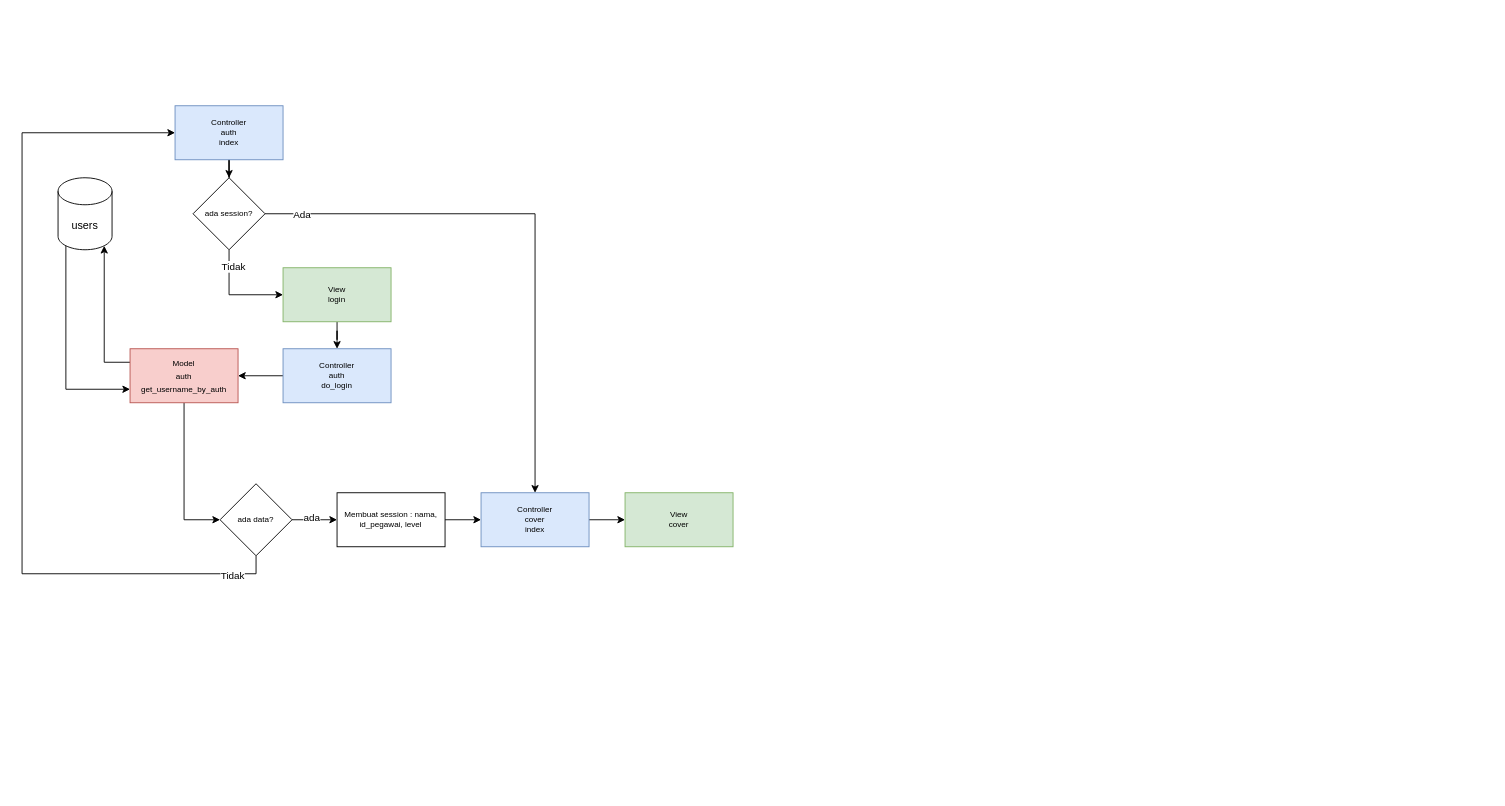
This is kepegawaian.drawio from Rabbitz124/Kepegawaian, a draw.io file, before an edit. Source tidied: cells renumbered, new cells numbered last; positions are measured from the earlier drawing's top-left corner, leaving out a move shared by most shapes. Both pictures are drawn from the tidied source at 90%, with x=0, y=0 at pixel (22, 105).
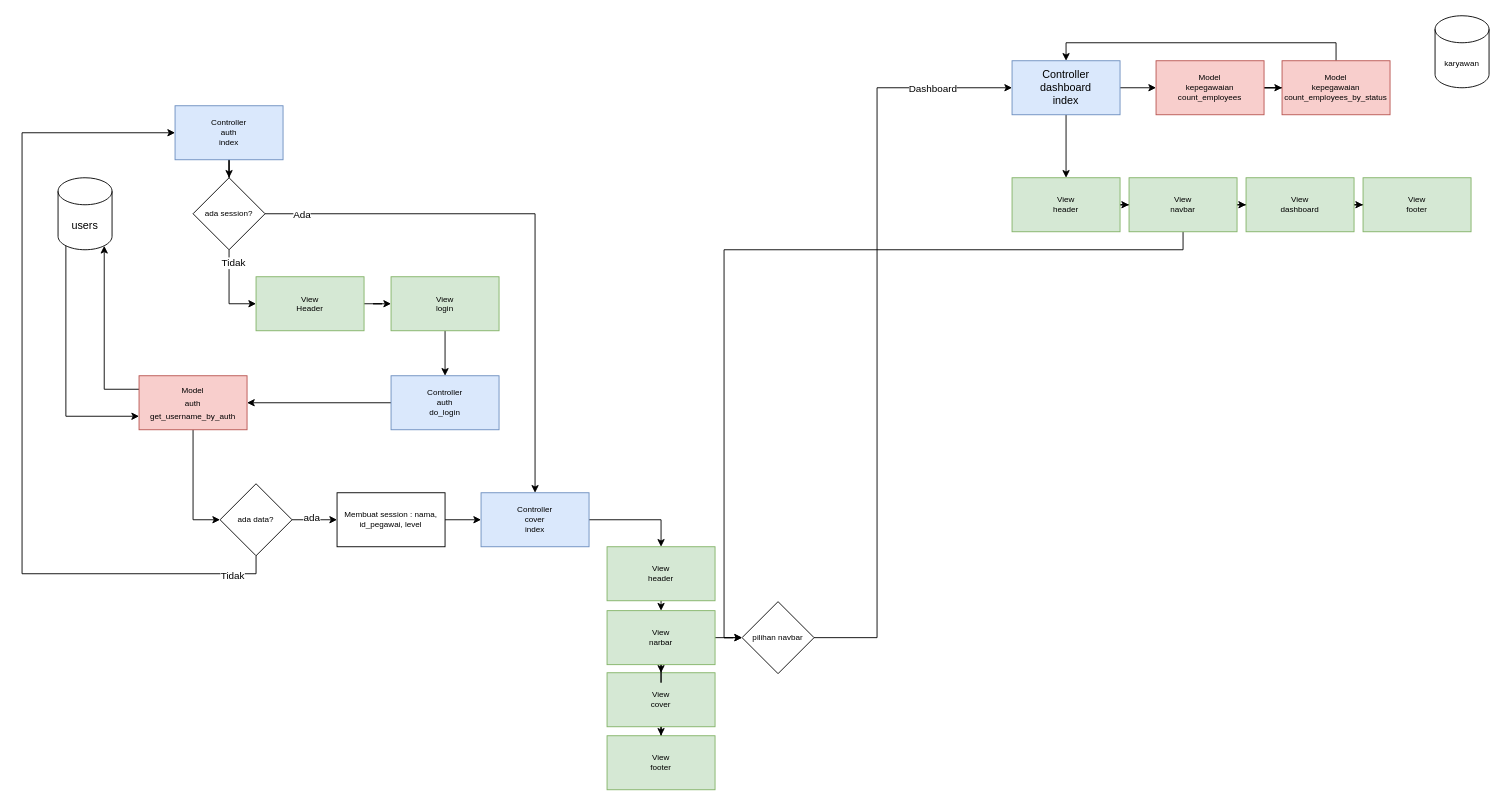
After the change.

Unchanged cells that the change refers to:
```xml
<mxCell id="8" value="ada session?" style="rhombus;whiteSpace=wrap;html=1;fontSize=9;" parent="1" vertex="1">
  <mxGeometry x="190" y="80" width="80" height="80" as="geometry" />
</mxCell>
<mxCell id="17" value="users" style="shape=cylinder3;whiteSpace=wrap;html=1;boundedLbl=1;backgroundOutline=1;size=15;" parent="1" vertex="1">
  <mxGeometry x="40" y="80" width="60" height="80" as="geometry" />
</mxCell>
<mxCell id="26" value="Controller&lt;br style=&quot;font-size: 9px;&quot;&gt;cover&lt;br&gt;index" style="rounded=0;whiteSpace=wrap;html=1;fillColor=#dae8fc;strokeColor=#6c8ebf;fontSize=9;" parent="1" vertex="1">
  <mxGeometry x="510" y="430" width="120" height="60" as="geometry" />
</mxCell>
```

Diff of the diagram source:
```diff
@@
-    <mxCell id="4" style="edgeStyle=orthogonalEdgeStyle;rounded=0;jettySize=auto;html=1;exitX=0.5;exitY=1;exitDx=0;exitDy=0;entryX=0;entryY=0.5;entryDx=0;entryDy=0;" parent="1" edge="1" source="8" target="10">
+    <mxCell id="4" style="edgeStyle=orthogonalEdgeStyle;rounded=0;jettySize=auto;html=1;exitX=0.5;exitY=1;exitDx=0;exitDy=0;entryX=0;entryY=0.5;entryDx=0;entryDy=0;" parent="1" edge="1" source="8" target="34">
       <mxGeometry relative="1" as="geometry" />
     </mxCell>
@@
     <mxCell id="10" value="View&lt;br style=&quot;font-size: 9px;&quot;&gt;login" style="rounded=0;whiteSpace=wrap;html=1;fillColor=#d5e8d4;strokeColor=#82b366;fontSize=9;" parent="1" vertex="1">
-      <mxGeometry x="290" y="180" width="120" height="60" as="geometry" />
+      <mxGeometry x="410" y="190" width="120" height="60" as="geometry" />
     </mxCell>
@@
     <mxCell id="12" value="Controller&lt;br style=&quot;font-size: 9px;&quot;&gt;auth&lt;br&gt;do_login" style="rounded=0;whiteSpace=wrap;html=1;fillColor=#dae8fc;strokeColor=#6c8ebf;fontSize=9;" parent="1" vertex="1">
-      <mxGeometry x="290" y="270" width="120" height="60" as="geometry" />
+      <mxGeometry x="410" y="300" width="120" height="60" as="geometry" />
     </mxCell>
@@
     <mxCell id="15" value="&lt;font style=&quot;font-size: 9px;&quot;&gt;Model&lt;br&gt;auth&lt;br&gt;get_username_by_auth&lt;/font&gt;" style="rounded=0;whiteSpace=wrap;html=1;fillColor=#f8cecc;strokeColor=#b85450;" parent="1" vertex="1">
-      <mxGeometry x="120" y="270" width="120" height="60" as="geometry" />
+      <mxGeometry x="130" y="300" width="120" height="60" as="geometry" />
     </mxCell>
     <mxCell id="16" style="edgeStyle=orthogonalEdgeStyle;rounded=0;jettySize=auto;html=1;exitX=0.145;exitY=1;exitDx=0;exitDy=-4.35;exitPerimeter=0;entryX=0;entryY=0.75;entryDx=0;entryDy=0;" parent="1" edge="1" source="17" target="15">
       <mxGeometry relative="1" as="geometry">
         <Array as="points">
-          <mxPoint x="49" y="315" />
+          <mxPoint x="49" y="345" />
         </Array>
       </mxGeometry>
     </mxCell>
@@
-    <mxCell id="25" style="edgeStyle=orthogonalEdgeStyle;rounded=0;jettySize=auto;html=1;" parent="1" edge="1" source="26" target="27">
-      <mxGeometry relative="1" as="geometry" />
-    </mxCell>
+    <mxCell id="28" style="edgeStyle=orthogonalEdgeStyle;rounded=0;jettySize=auto;html=1;entryX=0.5;entryY=0;entryDx=0;entryDy=0;" parent="1" edge="1" source="26" target="36">
+      <mxGeometry relative="1" as="geometry" />
+    </mxCell>
@@
+    <mxCell id="29" style="edgeStyle=orthogonalEdgeStyle;rounded=0;jettySize=auto;html=1;" parent="1" edge="1" source="27" target="37">
+      <mxGeometry relative="1" as="geometry" />
+    </mxCell>
     <mxCell id="27" value="View&lt;br&gt;cover" style="rounded=0;whiteSpace=wrap;html=1;fillColor=#d5e8d4;strokeColor=#82b366;fontSize=9;" parent="1" vertex="1">
-      <mxGeometry x="670" y="430" width="120" height="60" as="geometry" />
+      <mxGeometry x="650" y="630" width="120" height="60" as="geometry" />
     </mxCell>
+    <mxCell id="30" style="edgeStyle=orthogonalEdgeStyle;rounded=0;jettySize=auto;html=1;" parent="1" edge="1" source="32" target="27">
+      <mxGeometry relative="1" as="geometry" />
+    </mxCell>
+    <mxCell id="31" style="edgeStyle=orthogonalEdgeStyle;rounded=0;jettySize=auto;html=1;" parent="1" edge="1" source="32" target="40">
+      <mxGeometry relative="1" as="geometry" />
+    </mxCell>
+    <mxCell id="32" value="View&lt;br style=&quot;font-size: 9px;&quot;&gt;narbar" style="rounded=0;whiteSpace=wrap;html=1;fillColor=#d5e8d4;strokeColor=#82b366;fontSize=9;" parent="1" vertex="1">
+      <mxGeometry x="650" y="561" width="120" height="60" as="geometry" />
+    </mxCell>
+    <mxCell id="33" style="edgeStyle=orthogonalEdgeStyle;rounded=0;jettySize=auto;html=1;entryX=0;entryY=0.5;entryDx=0;entryDy=0;" parent="1" edge="1" source="34" target="10">
+      <mxGeometry relative="1" as="geometry" />
+    </mxCell>
+    <mxCell id="34" value="View&lt;br&gt;Header" style="rounded=0;whiteSpace=wrap;html=1;fillColor=#d5e8d4;strokeColor=#82b366;fontSize=9;" parent="1" vertex="1">
+      <mxGeometry x="260" y="190" width="120" height="60" as="geometry" />
+    </mxCell>
+    <mxCell id="35" style="edgeStyle=orthogonalEdgeStyle;rounded=0;jettySize=auto;html=1;exitX=0.5;exitY=1;exitDx=0;exitDy=0;entryX=0.5;entryY=0;entryDx=0;entryDy=0;" parent="1" edge="1" source="36" target="32">
+      <mxGeometry relative="1" as="geometry" />
+    </mxCell>
+    <mxCell id="36" value="View&lt;br&gt;header" style="rounded=0;whiteSpace=wrap;html=1;fillColor=#d5e8d4;strokeColor=#82b366;fontSize=9;" parent="1" vertex="1">
+      <mxGeometry x="650" y="490" width="120" height="60" as="geometry" />
+    </mxCell>
+    <mxCell id="37" value="View&lt;br&gt;footer" style="rounded=0;whiteSpace=wrap;html=1;fillColor=#d5e8d4;strokeColor=#82b366;fontSize=9;" parent="1" vertex="1">
+      <mxGeometry x="650" y="700" width="120" height="60" as="geometry" />
+    </mxCell>
+    <mxCell id="38" style="edgeStyle=orthogonalEdgeStyle;rounded=0;jettySize=auto;html=1;entryX=0;entryY=0.5;entryDx=0;entryDy=0;" parent="1" edge="1" source="40" target="43">
+      <mxGeometry relative="1" as="geometry">
+        <Array as="points">
+          <mxPoint x="950" y="591" />
+          <mxPoint x="950" y="-20" />
+        </Array>
+      </mxGeometry>
+    </mxCell>
+    <mxCell id="39" value="Dashboard" style="edgeLabel;html=1;align=center;verticalAlign=middle;" parent="38" vertex="1">
+      <mxGeometry x="0.78" y="-3" relative="1" as="geometry">
+        <mxPoint x="2" y="-3" as="offset" />
+      </mxGeometry>
+    </mxCell>
+    <mxCell id="40" value="pilihan navbar" style="rhombus;whiteSpace=wrap;html=1;fontSize=9;rounded=0;" parent="1" vertex="1">
+      <mxGeometry x="800" y="551" width="80" height="80" as="geometry" />
+    </mxCell>
+    <mxCell id="41" style="edgeStyle=orthogonalEdgeStyle;rounded=0;jettySize=auto;html=1;" parent="1" edge="1" source="43" target="45">
+      <mxGeometry relative="1" as="geometry" />
+    </mxCell>
+    <mxCell id="42" style="edgeStyle=orthogonalEdgeStyle;rounded=0;jettySize=auto;html=1;exitX=0.5;exitY=1;exitDx=0;exitDy=0;" parent="1" edge="1" source="43" target="49">
+      <mxGeometry relative="1" as="geometry" />
+    </mxCell>
+    <mxCell id="43" value="Controller&lt;br&gt;dashboard&lt;br&gt;index" style="rounded=0;whiteSpace=wrap;html=1;fillColor=#dae8fc;strokeColor=#6c8ebf;" parent="1" vertex="1">
+      <mxGeometry x="1100" y="-50" width="120" height="60" as="geometry" />
+    </mxCell>
+    <mxCell id="44" style="edgeStyle=orthogonalEdgeStyle;rounded=0;jettySize=auto;html=1;" parent="1" edge="1" source="45" target="47">
+      <mxGeometry relative="1" as="geometry" />
+    </mxCell>
+    <mxCell id="45" value="Model&lt;br&gt;kepegawaian&lt;br&gt;count_employees" style="rounded=0;whiteSpace=wrap;html=1;fillColor=#f8cecc;strokeColor=#b85450;fontSize=9;" parent="1" vertex="1">
+      <mxGeometry x="1260" y="-50" width="120" height="60" as="geometry" />
+    </mxCell>
+    <mxCell id="46" style="edgeStyle=orthogonalEdgeStyle;rounded=0;jettySize=auto;html=1;entryX=0.5;entryY=0;entryDx=0;entryDy=0;" parent="1" edge="1" source="47" target="43">
+      <mxGeometry relative="1" as="geometry">
+        <Array as="points">
+          <mxPoint x="1460" y="-70" />
+          <mxPoint x="1160" y="-70" />
+        </Array>
+      </mxGeometry>
+    </mxCell>
+    <mxCell id="47" value="Model&lt;br&gt;kepegawaian&lt;br&gt;count_employees_by_status" style="rounded=0;whiteSpace=wrap;html=1;fillColor=#f8cecc;strokeColor=#b85450;fontSize=9;" parent="1" vertex="1">
+      <mxGeometry x="1400" y="-50" width="120" height="60" as="geometry" />
+    </mxCell>
+    <mxCell id="48" style="edgeStyle=orthogonalEdgeStyle;rounded=0;jettySize=auto;html=1;" parent="1" edge="1" source="49" target="52">
+      <mxGeometry relative="1" as="geometry" />
+    </mxCell>
+    <mxCell id="49" value="View&lt;br&gt;header" style="rounded=0;whiteSpace=wrap;html=1;fillColor=#d5e8d4;strokeColor=#82b366;fontSize=9;" parent="1" vertex="1">
+      <mxGeometry x="1100" y="80" width="120" height="60" as="geometry" />
+    </mxCell>
+    <mxCell id="50" style="edgeStyle=orthogonalEdgeStyle;rounded=0;jettySize=auto;html=1;" parent="1" edge="1" source="52" target="54">
+      <mxGeometry relative="1" as="geometry" />
+    </mxCell>
+    <mxCell id="51" style="edgeStyle=orthogonalEdgeStyle;rounded=0;jettySize=auto;html=1;entryX=0;entryY=0.5;entryDx=0;entryDy=0;" parent="1" edge="1" source="52" target="40">
+      <mxGeometry relative="1" as="geometry">
+        <Array as="points">
+          <mxPoint x="1290" y="160" />
+          <mxPoint x="780" y="160" />
+          <mxPoint x="780" y="591" />
+        </Array>
+      </mxGeometry>
+    </mxCell>
+    <mxCell id="52" value="View&lt;br&gt;navbar" style="rounded=0;whiteSpace=wrap;html=1;fillColor=#d5e8d4;strokeColor=#82b366;fontSize=9;" parent="1" vertex="1">
+      <mxGeometry x="1230" y="80" width="120" height="60" as="geometry" />
+    </mxCell>
+    <mxCell id="53" style="edgeStyle=orthogonalEdgeStyle;rounded=0;jettySize=auto;html=1;" parent="1" edge="1" source="54" target="55">
+      <mxGeometry relative="1" as="geometry" />
+    </mxCell>
+    <mxCell id="54" value="View&lt;br&gt;dashboard" style="rounded=0;whiteSpace=wrap;html=1;fillColor=#d5e8d4;strokeColor=#82b366;fontSize=9;" parent="1" vertex="1">
+      <mxGeometry x="1360" y="80" width="120" height="60" as="geometry" />
+    </mxCell>
+    <mxCell id="55" value="View&lt;br&gt;footer" style="rounded=0;whiteSpace=wrap;html=1;fillColor=#d5e8d4;strokeColor=#82b366;fontSize=9;" parent="1" vertex="1">
+      <mxGeometry x="1490" y="80" width="120" height="60" as="geometry" />
+    </mxCell>
+    <mxCell id="56" value="karyawan" style="shape=cylinder3;whiteSpace=wrap;html=1;boundedLbl=1;backgroundOutline=1;size=15;fontSize=9;" parent="1" vertex="1">
+      <mxGeometry x="1570" y="-100" width="60" height="80" as="geometry" />
+    </mxCell>
```
